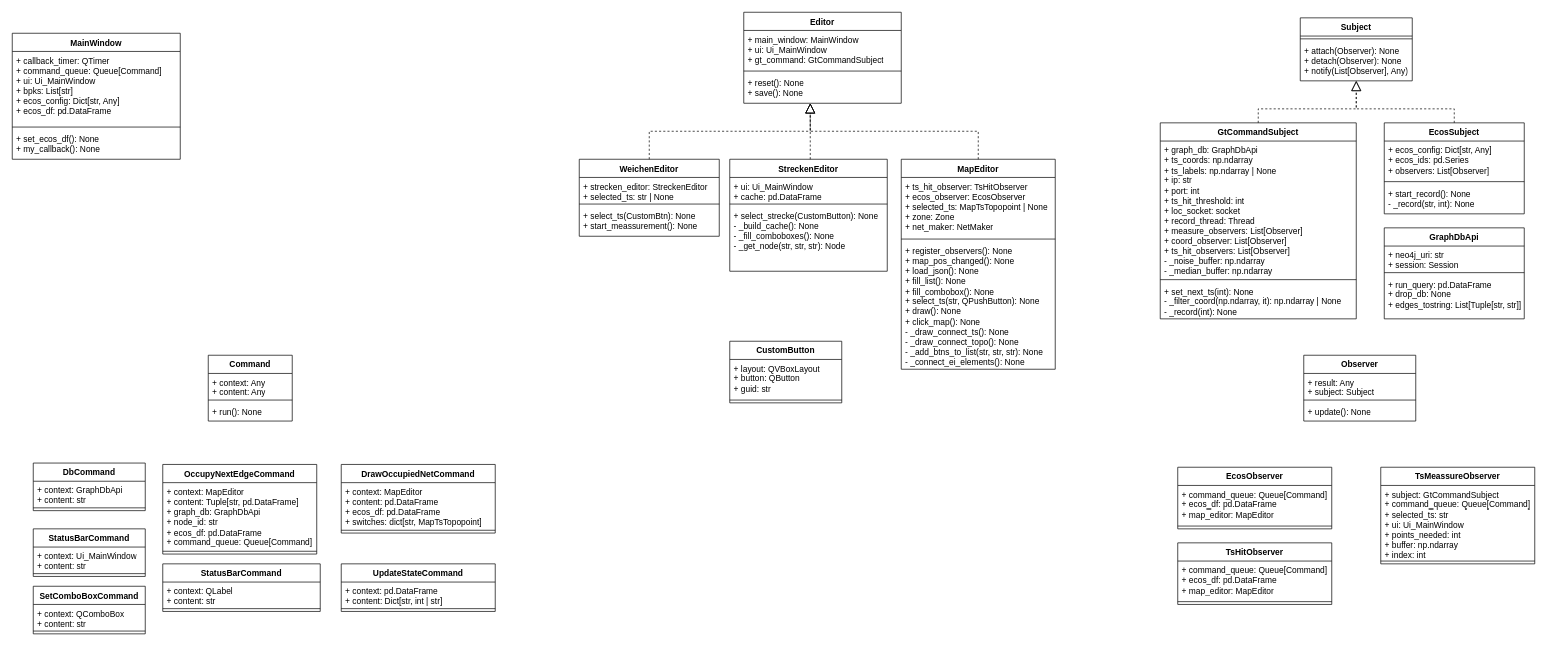
pascalreiss/draw_io_stuff keeps this draw.io diagram as structural/Untitled Diagram.drawio. Above is the earlier version. Source tidied: cells renumbered, new cells numbered last; positions are measured from the earlier drawing's top-left corner, leaving out a move shared by most shapes. Both pictures are drawn from the tidied source at 70%, with x=0, y=0 at pixel (12, 12).
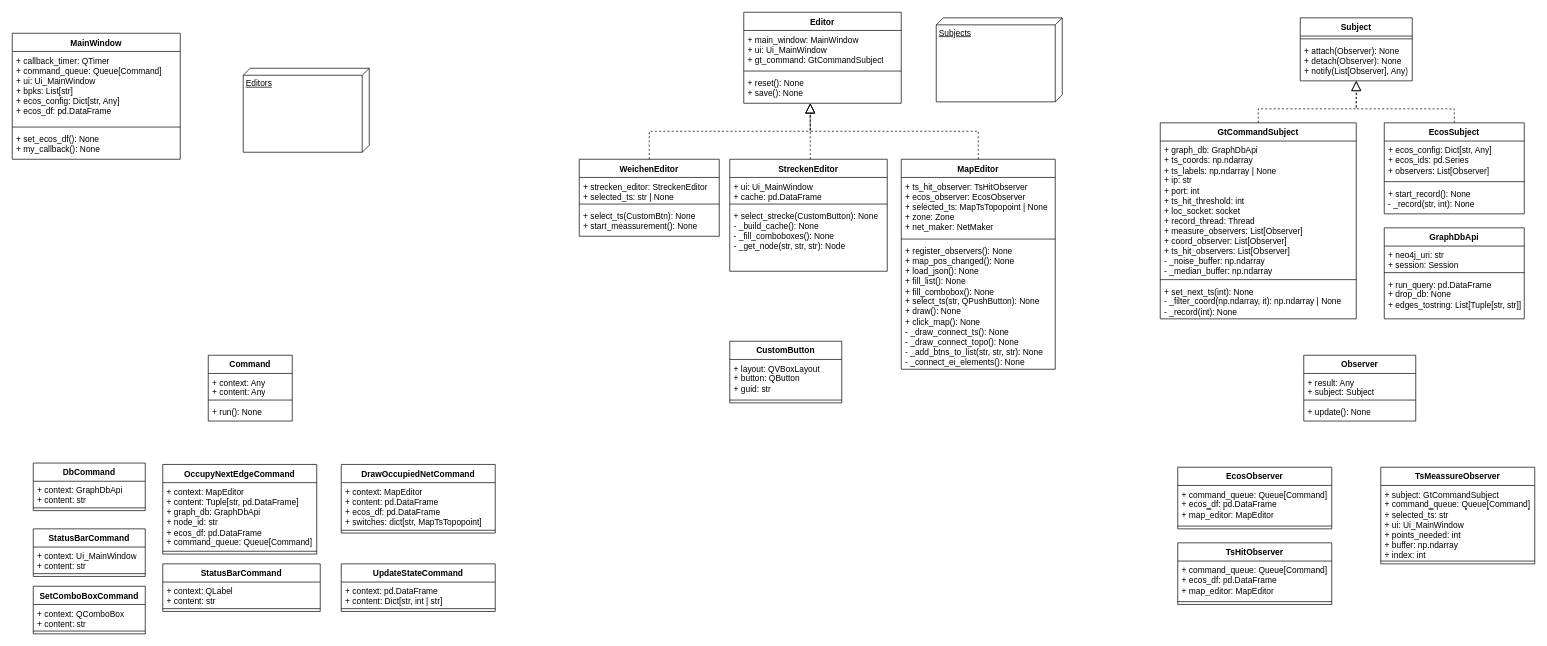
The same diagram, later.

Commit message:
added blocks for editors and subjects

Diff of the diagram source:
```diff
@@
+    <mxCell id="83" value="Editors" style="verticalAlign=top;align=left;spacingTop=8;spacingLeft=2;spacingRight=12;shape=cube;size=10;direction=south;fontStyle=4;html=1;whiteSpace=wrap;" parent="1" vertex="1">
+      <mxGeometry x="330" y="80" width="180" height="120" as="geometry" />
+    </mxCell>
+    <mxCell id="84" value="Subjects" style="verticalAlign=top;align=left;spacingTop=8;spacingLeft=2;spacingRight=12;shape=cube;size=10;direction=south;fontStyle=4;html=1;whiteSpace=wrap;" parent="1" vertex="1">
+      <mxGeometry x="1320" y="8" width="180" height="120" as="geometry" />
+    </mxCell>
```
